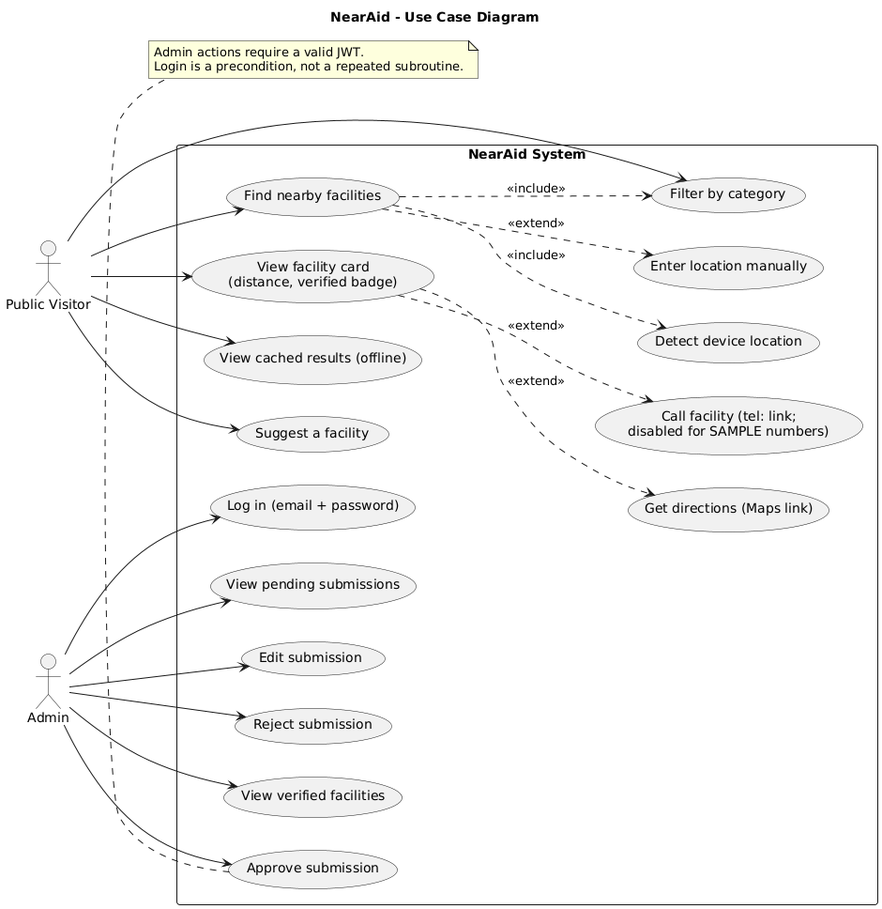
The PlantUML diagram docs/diagrams/images/4-use-case.png in kgvishnuvardhan22-lab/nearaid, before a commit. Its diagram source:
```plantuml
@startuml NearAid-UseCase
left to right direction
skinparam packageStyle rectangle
title NearAid - Use Case Diagram

actor "Public Visitor" as visitor
actor "Admin" as admin

rectangle "NearAid System" {
  usecase "Find nearby facilities" as UC1
  usecase "Detect device location" as UC1a
  usecase "Enter location manually" as UC1b
  usecase "Filter by category" as UC2
  usecase "View facility card\n(distance, verified badge)" as UC3
  usecase "Call facility (tel: link;\ndisabled for SAMPLE numbers)" as UC4
  usecase "Get directions (Maps link)" as UC5
  usecase "View cached results (offline)" as UC6
  usecase "Suggest a facility" as UC7

  usecase "Log in (email + password)" as UC8
  usecase "View pending submissions" as UC9
  usecase "Approve submission" as UC10
  usecase "Edit submission" as UC11
  usecase "Reject submission" as UC12
  usecase "View verified facilities" as UC13
}

visitor --> UC1
visitor --> UC2
visitor --> UC3
visitor --> UC6
visitor --> UC7

UC1 ..> UC1a : <<include>>
UC1 ..> UC1b : <<extend>>
UC1 ..> UC2 : <<include>>
UC3 ..> UC4 : <<extend>>
UC3 ..> UC5 : <<extend>>

admin --> UC8
admin --> UC9
admin --> UC13
admin --> UC10
admin --> UC11
admin --> UC12
note bottom of UC10
  Admin actions require a valid JWT.
  Login is a precondition, not a repeated subroutine.
end note
@enduml
```
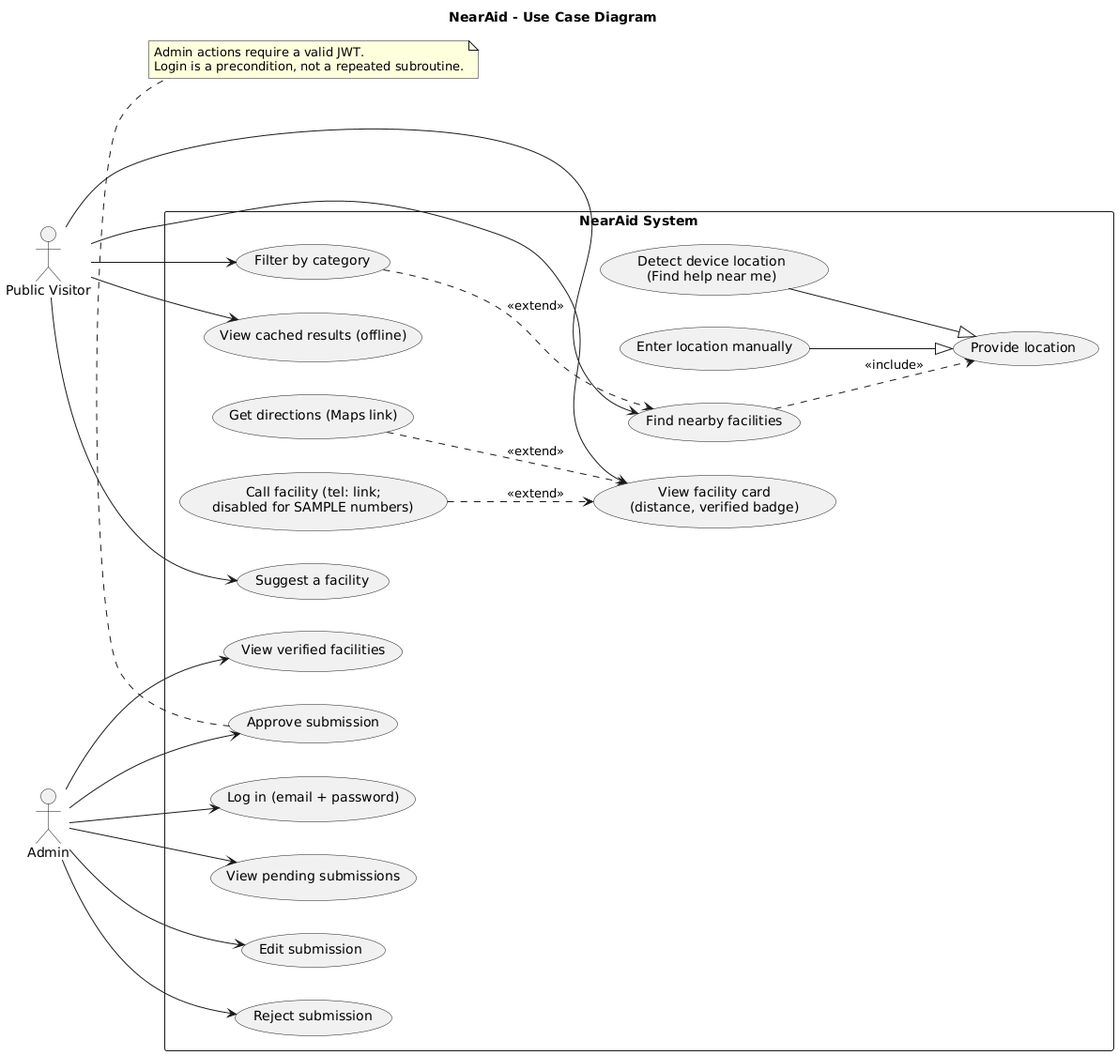
The same file after the commit.

Commit message:
docs: fix PlantUML use case (location is GPS or manual; category filter is optional)

What changed in the source:
```diff
@@ -8,7 +8,8 @@
 
 rectangle "NearAid System" {
   usecase "Find nearby facilities" as UC1
-  usecase "Detect device location" as UC1a
+  usecase "Provide location" as UC1p
+  usecase "Detect device location\n(Find help near me)" as UC1a
   usecase "Enter location manually" as UC1b
   usecase "Filter by category" as UC2
   usecase "View facility card\n(distance, verified badge)" as UC3
@@ -31,11 +32,12 @@
 visitor --> UC6
 visitor --> UC7
 
-UC1 ..> UC1a : <<include>>
-UC1 ..> UC1b : <<extend>>
-UC1 ..> UC2 : <<include>>
-UC3 ..> UC4 : <<extend>>
-UC3 ..> UC5 : <<extend>>
+UC1 ..> UC1p : <<include>>
+UC1a --|> UC1p
+UC1b --|> UC1p
+UC2 ..> UC1 : <<extend>>
+UC4 ..> UC3 : <<extend>>
+UC5 ..> UC3 : <<extend>>
 
 admin --> UC8
 admin --> UC9
```
